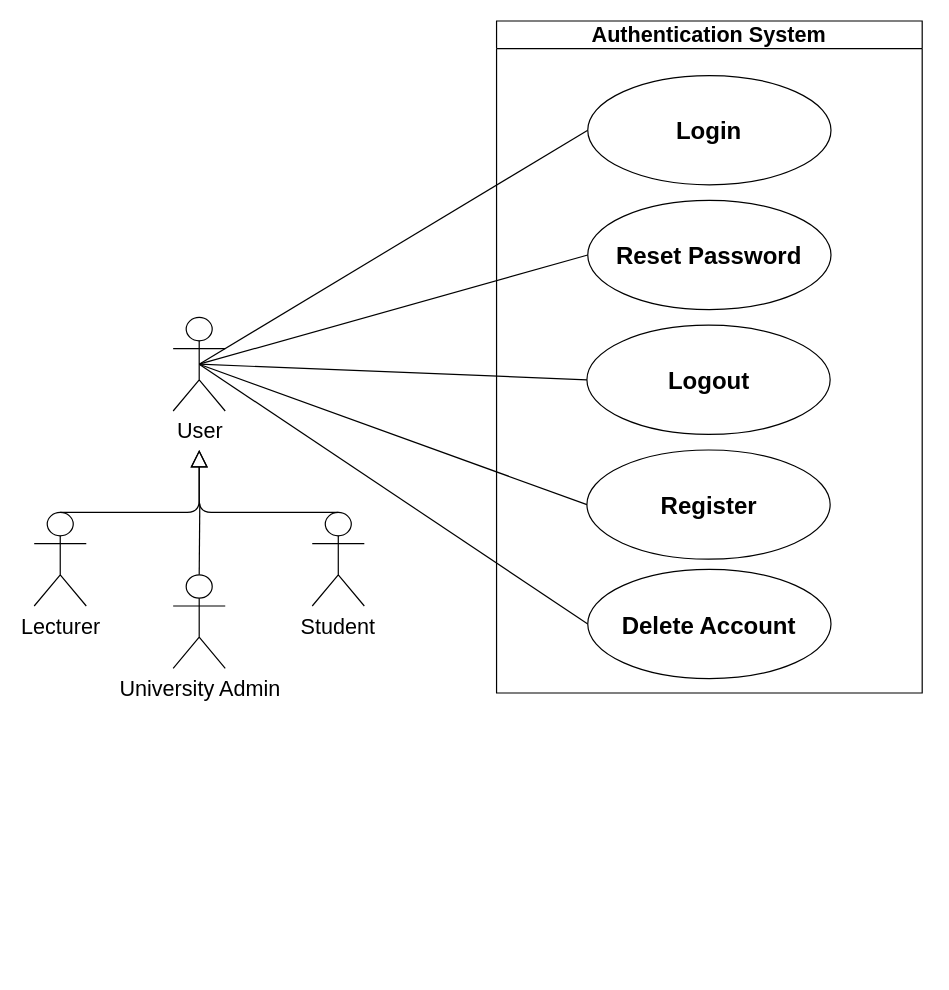
Before: page "Authentication System" (1 of 12) of docs/diagrams/requirements/Requirements.drawio in COS301-SE-2026/UMTAS, a draw.io diagram. Source tidied: cells renumbered, new cells numbered last; positions are measured from the earlier drawing's top-left corner, leaving out a move shared by most shapes. Both pictures are drawn from the tidied source at 120%, with x=0, y=0 at pixel (34, 20).
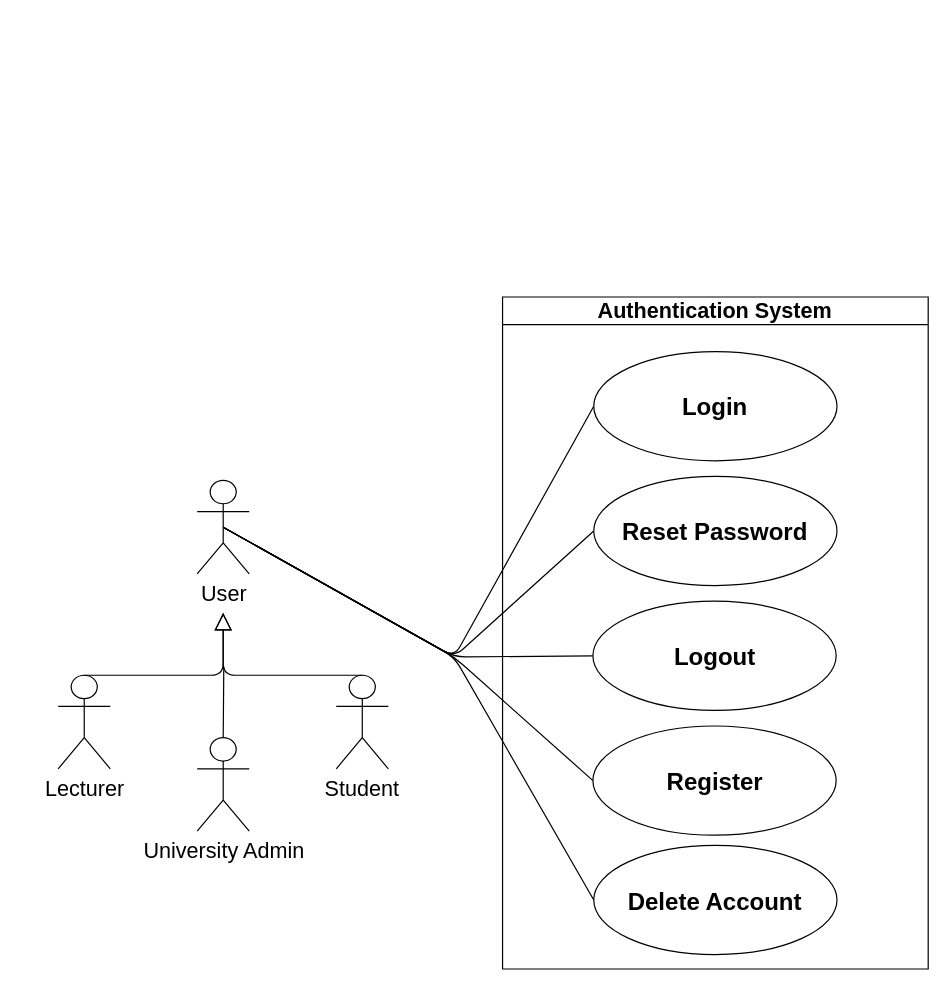
The same diagram, later.

What changed in the source:
```diff
@@
-    <mxCell id="2" style="group;" parent="1" vertex="1">
-      <mxGeometry width="740" height="560" as="geometry" />
-    </mxCell>
+    <mxCell id="21" style="group;" parent="1" vertex="1">
+      <mxGeometry x="5" y="230" width="740" height="560" as="geometry" />
+    </mxCell>
-    <mxCell id="3" style="endArrow=none;html=1;exitX=0.5;exitY=0;exitDx=0;exitDy=0;exitPerimeter=0;" parent="2" edge="1" source="11">
+    <mxCell id="3" style="endArrow=none;html=1;exitX=0.5;exitY=0;exitDx=0;exitDy=0;exitPerimeter=0;" parent="21" edge="1" source="11">
       <mxGeometry relative="1" as="geometry">
-        <mxPoint x="138" y="402.1" as="targetPoint" />
+        <mxPoint x="153" y="307.9" as="targetPoint" />
       </mxGeometry>
     </mxCell>
-    <mxCell id="4" style="endArrow=none;html=1;exitX=0.5;exitY=0.5;exitDx=0;exitDy=0;exitPerimeter=0;entryX=0;entryY=0.5;entryDx=0;entryDy=0;" parent="2" edge="1" source="9" target="16">
-      <mxGeometry relative="1" as="geometry" />
+    <mxCell id="4" style="endArrow=none;html=1;exitX=0.5;exitY=0.5;exitDx=0;exitDy=0;exitPerimeter=0;entryX=0;entryY=0.5;entryDx=0;entryDy=0;" parent="21" edge="1" source="9" target="16">
+      <mxGeometry relative="1" as="geometry">
+        <Array as="points">
+          <mxPoint x="345" y="300" />
+        </Array>
+      </mxGeometry>
     </mxCell>
-    <mxCell id="5" style="endArrow=none;html=1;exitX=0.5;exitY=0.5;exitDx=0;exitDy=0;exitPerimeter=0;entryX=0;entryY=0.5;entryDx=0;entryDy=0;" parent="2" edge="1" source="9" target="17">
-      <mxGeometry relative="1" as="geometry" />
+    <mxCell id="5" style="endArrow=none;html=1;exitX=0.5;exitY=0.5;exitDx=0;exitDy=0;exitPerimeter=0;entryX=0;entryY=0.5;entryDx=0;entryDy=0;" parent="21" edge="1" source="9" target="17">
+      <mxGeometry relative="1" as="geometry">
+        <Array as="points">
+          <mxPoint x="345" y="300" />
+        </Array>
+      </mxGeometry>
     </mxCell>
-    <mxCell id="6" style="endArrow=none;html=1;entryX=0.5;entryY=0.5;entryDx=0;entryDy=0;entryPerimeter=0;exitX=0;exitY=0.5;exitDx=0;exitDy=0;" parent="2" edge="1" source="18" target="9">
-      <mxGeometry relative="1" as="geometry" />
+    <mxCell id="6" style="endArrow=none;html=1;entryX=0.5;entryY=0.5;entryDx=0;entryDy=0;entryPerimeter=0;exitX=0;exitY=0.5;exitDx=0;exitDy=0;" parent="21" edge="1" source="18" target="9">
+      <mxGeometry relative="1" as="geometry">
+        <Array as="points">
+          <mxPoint x="345" y="300" />
+        </Array>
+      </mxGeometry>
     </mxCell>
-    <mxCell id="7" style="endArrow=none;html=1;exitX=0.5;exitY=0.5;exitDx=0;exitDy=0;exitPerimeter=0;entryX=0;entryY=0.5;entryDx=0;entryDy=0;" parent="2" edge="1" source="9" target="19">
-      <mxGeometry relative="1" as="geometry" />
+    <mxCell id="7" style="endArrow=none;html=1;exitX=0.5;exitY=0.5;exitDx=0;exitDy=0;exitPerimeter=0;entryX=0;entryY=0.5;entryDx=0;entryDy=0;" parent="21" edge="1" source="9" target="19">
+      <mxGeometry relative="1" as="geometry">
+        <Array as="points">
+          <mxPoint x="345" y="300" />
+        </Array>
+      </mxGeometry>
     </mxCell>
-    <mxCell id="8" style="endArrow=none;html=1;exitX=0.5;exitY=0.5;exitDx=0;exitDy=0;exitPerimeter=0;entryX=0;entryY=0.5;entryDx=0;entryDy=0;" parent="2" edge="1" source="9" target="20">
-      <mxGeometry relative="1" as="geometry" />
+    <mxCell id="8" style="endArrow=none;html=1;exitX=0.5;exitY=0.5;exitDx=0;exitDy=0;exitPerimeter=0;entryX=0;entryY=0.5;entryDx=0;entryDy=0;" parent="21" edge="1" source="9" target="20">
+      <mxGeometry relative="1" as="geometry">
+        <Array as="points">
+          <mxPoint x="345" y="300" />
+        </Array>
+      </mxGeometry>
     </mxCell>
-    <mxCell id="9" value="&lt;font style=&quot;font-size: 18px;&quot;&gt;User&lt;/font&gt;" style="shape=umlActor;verticalLabelPosition=bottom;verticalAlign=top;html=1;outlineConnect=0;" parent="2" vertex="1">
-      <mxGeometry x="115.8" y="247" width="43.4" height="78" as="geometry" />
+    <mxCell id="9" value="&lt;font style=&quot;font-size: 18px;&quot;&gt;User&lt;/font&gt;" style="shape=umlActor;verticalLabelPosition=bottom;verticalAlign=top;html=1;outlineConnect=0;" parent="21" vertex="1">
+      <mxGeometry x="130.8" y="152.8" width="43.4" height="78" as="geometry" />
     </mxCell>
-    <mxCell id="10" value="&lt;font style=&quot;font-size: 18px;&quot;&gt;Lecturer&lt;/font&gt;" style="shape=umlActor;verticalLabelPosition=bottom;verticalAlign=top;html=1;outlineConnect=0;" parent="2" vertex="1">
-      <mxGeometry y="409.5" width="43.4" height="78" as="geometry" />
+    <mxCell id="10" value="&lt;font style=&quot;font-size: 18px;&quot;&gt;Lecturer&lt;/font&gt;" style="shape=umlActor;verticalLabelPosition=bottom;verticalAlign=top;html=1;outlineConnect=0;" parent="21" vertex="1">
+      <mxGeometry x="15" y="315.2" width="43.4" height="78" as="geometry" />
     </mxCell>
-    <mxCell id="11" value="&lt;font style=&quot;font-size: 18px;&quot;&gt;University Admin&lt;/font&gt;" style="shape=umlActor;verticalLabelPosition=bottom;verticalAlign=top;html=1;outlineConnect=0;" parent="2" vertex="1">
-      <mxGeometry x="115.8" y="461.5" width="43.4" height="78" as="geometry" />
+    <mxCell id="11" value="&lt;font style=&quot;font-size: 18px;&quot;&gt;University Admin&lt;/font&gt;" style="shape=umlActor;verticalLabelPosition=bottom;verticalAlign=top;html=1;outlineConnect=0;" parent="21" vertex="1">
+      <mxGeometry x="130.8" y="367.2" width="43.4" height="78" as="geometry" />
     </mxCell>
-    <mxCell id="12" value="&lt;font style=&quot;font-size: 18px;&quot;&gt;Student&lt;/font&gt;" style="shape=umlActor;verticalLabelPosition=bottom;verticalAlign=top;html=1;outlineConnect=0;" parent="2" vertex="1">
-      <mxGeometry x="231.7" y="409.5" width="43.4" height="78" as="geometry" />
+    <mxCell id="12" value="&lt;font style=&quot;font-size: 18px;&quot;&gt;Student&lt;/font&gt;" style="shape=umlActor;verticalLabelPosition=bottom;verticalAlign=top;html=1;outlineConnect=0;" parent="21" vertex="1">
+      <mxGeometry x="246.7" y="315.2" width="43.4" height="78" as="geometry" />
     </mxCell>
-    <mxCell id="13" style="edgeStyle=none;html=1;endSize=12;endArrow=block;endFill=0;exitX=0.5;exitY=0;exitDx=0;exitDy=0;exitPerimeter=0;" parent="2" edge="1" source="10">
+    <mxCell id="13" style="edgeStyle=none;html=1;endSize=12;endArrow=block;endFill=0;exitX=0.5;exitY=0;exitDx=0;exitDy=0;exitPerimeter=0;" parent="21" edge="1" source="10">
       <mxGeometry relative="1" as="geometry">
-        <mxPoint x="137.5" y="357.5" as="targetPoint" />
+        <mxPoint x="152.5" y="263.2" as="targetPoint" />
         <Array as="points">
-          <mxPoint x="137.5" y="409.5" />
+          <mxPoint x="152.5" y="315.2" />
         </Array>
       </mxGeometry>
     </mxCell>
-    <mxCell id="14" style="edgeStyle=none;html=1;endSize=12;endArrow=block;endFill=0;exitX=0.5;exitY=0;exitDx=0;exitDy=0;exitPerimeter=0;" parent="2" edge="1" source="12">
+    <mxCell id="14" style="edgeStyle=none;html=1;endSize=12;endArrow=block;endFill=0;exitX=0.5;exitY=0;exitDx=0;exitDy=0;exitPerimeter=0;" parent="21" edge="1" source="12">
       <mxGeometry relative="1" as="geometry">
-        <mxPoint x="137.5" y="357.5" as="targetPoint" />
+        <mxPoint x="152.5" y="263.2" as="targetPoint" />
         <Array as="points">
-          <mxPoint x="137.5" y="409.5" />
+          <mxPoint x="152.5" y="315.2" />
         </Array>
       </mxGeometry>
     </mxCell>
-    <mxCell id="15" value="&lt;font style=&quot;font-size: 18px;&quot;&gt;Authentication System&lt;/font&gt;" style="swimlane;whiteSpace=wrap;html=1;" parent="2" vertex="1">
+    <mxCell id="15" value="&lt;font style=&quot;font-size: 18px;&quot;&gt;Authentication System&lt;/font&gt;" style="swimlane;whiteSpace=wrap;html=1;" parent="21" vertex="1">
       <mxGeometry x="385.3" width="354.7" height="560" as="geometry" />
     </mxCell>
-    <mxCell id="16" value="&lt;font style=&quot;font-size: 20px;&quot;&gt;&lt;b&gt;Logout&lt;/b&gt;&lt;/font&gt;" style="ellipse;whiteSpace=wrap;html=1;" parent="2" vertex="1">
+    <mxCell id="16" value="&lt;font style=&quot;font-size: 20px;&quot;&gt;&lt;b&gt;Logout&lt;/b&gt;&lt;/font&gt;" style="ellipse;whiteSpace=wrap;html=1;" parent="21" vertex="1">
       <mxGeometry x="460.6" y="253.5" width="202.7" height="91" as="geometry" />
     </mxCell>
-    <mxCell id="17" value="&lt;font style=&quot;font-size: 20px;&quot;&gt;&lt;b&gt;Login&lt;/b&gt;&lt;/font&gt;" style="ellipse;whiteSpace=wrap;html=1;" parent="2" vertex="1">
+    <mxCell id="17" value="&lt;font style=&quot;font-size: 20px;&quot;&gt;&lt;b&gt;Login&lt;/b&gt;&lt;/font&gt;" style="ellipse;whiteSpace=wrap;html=1;" parent="21" vertex="1">
       <mxGeometry x="461.3" y="45.5" width="202.7" height="91" as="geometry" />
     </mxCell>
-    <mxCell id="18" value="&lt;font style=&quot;font-size: 20px;&quot;&gt;&lt;b&gt;Reset Password&lt;/b&gt;&lt;/font&gt;" style="ellipse;whiteSpace=wrap;html=1;" parent="2" vertex="1">
+    <mxCell id="18" value="&lt;font style=&quot;font-size: 20px;&quot;&gt;&lt;b&gt;Reset Password&lt;/b&gt;&lt;/font&gt;" style="ellipse;whiteSpace=wrap;html=1;" parent="21" vertex="1">
       <mxGeometry x="461.3" y="149.5" width="202.7" height="91" as="geometry" />
     </mxCell>
-    <mxCell id="19" value="&lt;font style=&quot;font-size: 20px;&quot;&gt;&lt;b&gt;Register&lt;/b&gt;&lt;/font&gt;" style="ellipse;whiteSpace=wrap;html=1;" parent="2" vertex="1">
+    <mxCell id="19" value="&lt;font style=&quot;font-size: 20px;&quot;&gt;&lt;b&gt;Register&lt;/b&gt;&lt;/font&gt;" style="ellipse;whiteSpace=wrap;html=1;" parent="21" vertex="1">
       <mxGeometry x="460.6" y="357.5" width="202.7" height="91" as="geometry" />
     </mxCell>
-    <mxCell id="20" value="&lt;font style=&quot;font-size: 20px;&quot;&gt;&lt;b&gt;Delete Account&lt;/b&gt;&lt;/font&gt;" style="ellipse;whiteSpace=wrap;html=1;" parent="2" vertex="1">
+    <mxCell id="20" value="&lt;font style=&quot;font-size: 20px;&quot;&gt;&lt;b&gt;Delete Account&lt;/b&gt;&lt;/font&gt;" style="ellipse;whiteSpace=wrap;html=1;" parent="21" vertex="1">
       <mxGeometry x="461.3" y="457" width="202.7" height="91" as="geometry" />
     </mxCell>
```
